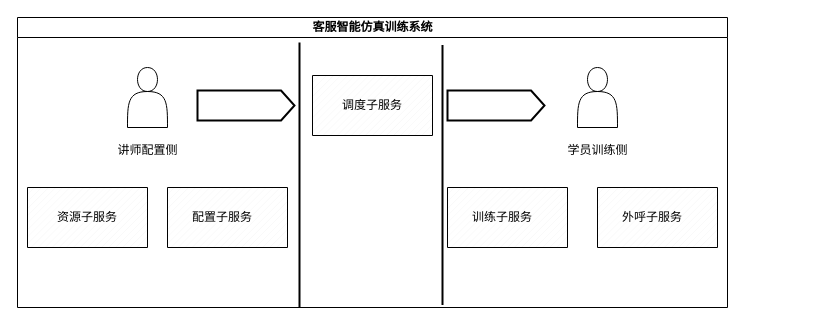
Above: 功能图.drawio in cgshao02/graduation_picture (draw.io), before the change. Source tidied: cells renumbered, new cells numbered last; positions are measured from the earlier drawing's top-left corner, leaving out a move shared by most shapes. Both pictures are drawn from the tidied source at 100%, with x=0, y=0 at pixel (17, 17).
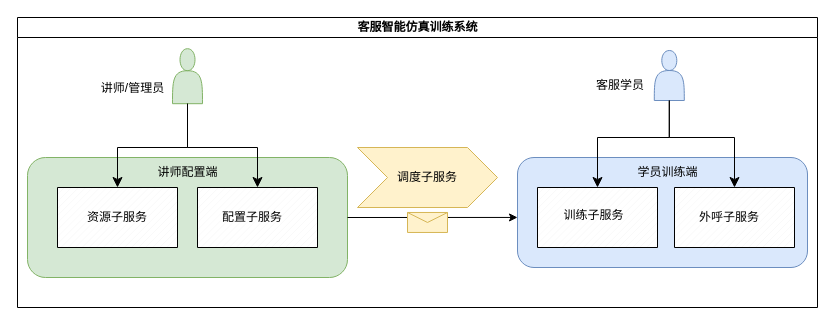
After the change.

Commit message:
更新功能图.drawio

Change to the diagram source:
```diff
@@
     <mxCell id="2" value="客服智能仿真训练系统" style="swimlane;html=1;startSize=20;horizontal=1;containerType=tree;glass=0;" parent="1" vertex="1">
-      <mxGeometry width="710" height="290" as="geometry" />
+      <mxGeometry width="800" height="290" as="geometry" />
     </mxCell>
-    <mxCell id="3" style="verticalLabelPosition=bottom;verticalAlign=top;html=1;shape=mxgraph.basic.patternFillRect;fillStyle=diag;step=5;fillStrokeWidth=0.2;fillStrokeColor=#dddddd;" parent="2" vertex="1">
-      <mxGeometry x="10" y="170" width="120" height="60" as="geometry" />
-    </mxCell>
-    <mxCell id="4" value="资源子服务" style="text;html=1;align=center;verticalAlign=middle;whiteSpace=wrap;rounded=0;" parent="2" vertex="1">
-      <mxGeometry x="25" y="185" width="90" height="30" as="geometry" />
-    </mxCell>
-    <mxCell id="5" style="verticalLabelPosition=bottom;verticalAlign=top;html=1;shape=mxgraph.basic.patternFillRect;fillStyle=diag;step=5;fillStrokeWidth=0.2;fillStrokeColor=#dddddd;" parent="2" vertex="1">
-      <mxGeometry x="150" y="170" width="120" height="60" as="geometry" />
-    </mxCell>
-    <mxCell id="6" value="配置子服务" style="text;html=1;align=center;verticalAlign=middle;whiteSpace=wrap;rounded=0;" parent="2" vertex="1">
-      <mxGeometry x="160" y="185" width="90" height="30" as="geometry" />
-    </mxCell>
-    <mxCell id="7" style="verticalLabelPosition=bottom;verticalAlign=top;html=1;shape=mxgraph.basic.patternFillRect;fillStyle=diag;step=5;fillStrokeWidth=0.2;fillStrokeColor=#dddddd;" parent="2" vertex="1">
-      <mxGeometry x="295" y="58" width="120" height="60" as="geometry" />
-    </mxCell>
+    <mxCell id="21" style="html=1;shadow=0;dashed=0;align=center;verticalAlign=middle;shape=mxgraph.arrows2.arrow;dy=0;dx=30;notch=30;fillColor=#fff2cc;strokeColor=#d6b656;" parent="2" vertex="1">
+      <mxGeometry x="340" y="130" width="140" height="60" as="geometry" />
+    </mxCell>
+    <mxCell id="22" style="rounded=1;whiteSpace=wrap;html=1;fillColor=#dae8fc;strokeColor=#6c8ebf;" parent="2" vertex="1">
+      <mxGeometry x="500" y="140" width="290" height="110" as="geometry" />
+    </mxCell>
     <mxCell id="8" value="调度子服务" style="text;html=1;align=center;verticalAlign=middle;whiteSpace=wrap;rounded=0;" parent="2" vertex="1">
-      <mxGeometry x="310" y="73" width="90" height="30" as="geometry" />
+      <mxGeometry x="365" y="145" width="90" height="30" as="geometry" />
     </mxCell>
     <mxCell id="9" style="verticalLabelPosition=bottom;verticalAlign=top;html=1;shape=mxgraph.basic.patternFillRect;fillStyle=diag;step=5;fillStrokeWidth=0.2;fillStrokeColor=#dddddd;" parent="2" vertex="1">
-      <mxGeometry x="430" y="170" width="120" height="60" as="geometry" />
+      <mxGeometry x="520" y="170" width="120" height="60" as="geometry" />
     </mxCell>
     <mxCell id="10" value="训练子服务" style="text;html=1;align=center;verticalAlign=middle;whiteSpace=wrap;rounded=0;" parent="2" vertex="1">
-      <mxGeometry x="440" y="185" width="90" height="30" as="geometry" />
+      <mxGeometry x="530" y="180" width="93" height="35" as="geometry" />
     </mxCell>
     <mxCell id="11" style="verticalLabelPosition=bottom;verticalAlign=top;html=1;shape=mxgraph.basic.patternFillRect;fillStyle=diag;step=5;fillStrokeWidth=0.2;fillStrokeColor=#dddddd;" parent="2" vertex="1">
-      <mxGeometry x="580" y="170" width="120" height="60" as="geometry" />
+      <mxGeometry x="657" y="170" width="120" height="60" as="geometry" />
     </mxCell>
     <mxCell id="12" value="外呼子服务" style="text;html=1;align=center;verticalAlign=middle;whiteSpace=wrap;rounded=0;" parent="2" vertex="1">
-      <mxGeometry x="590" y="185" width="90" height="30" as="geometry" />
+      <mxGeometry x="667" y="185" width="90" height="30" as="geometry" />
     </mxCell>
-    <mxCell id="13" style="shape=actor;whiteSpace=wrap;html=1;" parent="2" vertex="1">
-      <mxGeometry x="110" y="50" width="40" height="60" as="geometry" />
+    <mxCell id="13" style="shape=actor;whiteSpace=wrap;html=1;fillColor=#d5e8d4;strokeColor=#82b366;" parent="2" vertex="1">
+      <mxGeometry x="155" y="31.2" width="30" height="55" as="geometry" />
     </mxCell>
-    <mxCell id="14" style="shape=actor;whiteSpace=wrap;html=1;" parent="2" vertex="1">
-      <mxGeometry x="560" y="50" width="40" height="60" as="geometry" />
+    <mxCell id="14" style="shape=actor;whiteSpace=wrap;html=1;fillColor=#dae8fc;strokeColor=#6c8ebf;" parent="2" vertex="1">
+      <mxGeometry x="636.8" y="33" width="30" height="50" as="geometry" />
     </mxCell>
-    <mxCell id="15" value="学员训练侧" style="text;html=1;align=center;verticalAlign=middle;strokeColor=none;fillColor=none;" parent="2" vertex="1">
-      <mxGeometry x="540" y="118" width="80" height="30" as="geometry" />
+    <mxCell id="15" value="学员训练端" style="text;html=1;align=center;verticalAlign=middle;strokeColor=none;fillColor=none;" parent="2" vertex="1">
+      <mxGeometry x="610" y="140" width="80" height="30" as="geometry" />
     </mxCell>
-    <mxCell id="16" style="shape=mxgraph.arrows.signal-in_arrow;html=1;verticalLabelPosition=bottom;verticalAlign=top;strokeWidth=2;strokeColor=#000000;" parent="2" vertex="1">
-      <mxGeometry x="180" y="73" width="97" height="30" as="geometry" />
-    </mxCell>
-    <mxCell id="17" style="shape=mxgraph.arrows.signal-in_arrow;html=1;verticalLabelPosition=bottom;verticalAlign=top;strokeWidth=2;strokeColor=#000000;" parent="2" vertex="1">
-      <mxGeometry x="430" y="73" width="97" height="30" as="geometry" />
-    </mxCell>
-    <mxCell id="18" style="line;strokeWidth=2;direction=south;html=1;" parent="2" vertex="1">
-      <mxGeometry x="277" y="25" width="10" height="265" as="geometry" />
-    </mxCell>
-    <mxCell id="19" style="line;strokeWidth=2;direction=south;html=1;" parent="2" vertex="1">
-      <mxGeometry x="420" y="27.5" width="10" height="260" as="geometry" />
-    </mxCell>
+    <mxCell id="23" style="rounded=1;whiteSpace=wrap;html=1;fillColor=#d5e8d4;strokeColor=#82b366;" parent="2" vertex="1">
+      <mxGeometry x="10" y="140" width="320" height="120" as="geometry" />
+    </mxCell>
+    <mxCell id="3" style="verticalLabelPosition=bottom;verticalAlign=top;html=1;shape=mxgraph.basic.patternFillRect;fillStyle=diag;step=5;fillStrokeWidth=0.2;fillStrokeColor=#dddddd;" parent="2" vertex="1">
+      <mxGeometry x="40" y="170" width="120" height="60" as="geometry" />
+    </mxCell>
+    <mxCell id="4" value="资源子服务" style="text;html=1;align=center;verticalAlign=middle;whiteSpace=wrap;rounded=0;" parent="2" vertex="1">
+      <mxGeometry x="55" y="185" width="90" height="30" as="geometry" />
+    </mxCell>
+    <mxCell id="5" style="verticalLabelPosition=bottom;verticalAlign=top;html=1;shape=mxgraph.basic.patternFillRect;fillStyle=diag;step=5;fillStrokeWidth=0.2;fillStrokeColor=#dddddd;" parent="2" vertex="1">
+      <mxGeometry x="180" y="170" width="120" height="60" as="geometry" />
+    </mxCell>
+    <mxCell id="6" value="配置子服务" style="text;html=1;align=center;verticalAlign=middle;whiteSpace=wrap;rounded=0;" parent="2" vertex="1">
+      <mxGeometry x="190" y="185" width="90" height="30" as="geometry" />
+    </mxCell>
-    <mxCell id="20" value="讲师配置侧" style="text;html=1;align=center;verticalAlign=middle;strokeColor=none;fillColor=none;" parent="1" vertex="1">
-      <mxGeometry x="90" y="118" width="80" height="30" as="geometry" />
+    <mxCell id="20" value="讲师配置端" style="text;html=1;align=center;verticalAlign=middle;strokeColor=none;fillColor=none;" parent="2" vertex="1">
+      <mxGeometry x="130" y="140" width="80" height="30" as="geometry" />
     </mxCell>
+    <mxCell id="24" value="客服学员" style="text;html=1;align=center;verticalAlign=middle;whiteSpace=wrap;rounded=0;" parent="2" vertex="1">
+      <mxGeometry x="573.2" y="53" width="60" height="30" as="geometry" />
+    </mxCell>
+    <mxCell id="25" style="endArrow=classic;html=1;rounded=0;exitX=1;exitY=0.5;exitDx=0;exitDy=0;entryX=0;entryY=0.545;entryDx=0;entryDy=0;entryPerimeter=0;" parent="2" edge="1" source="23" target="22">
+      <mxGeometry relative="1" as="geometry" />
+    </mxCell>
+    <mxCell id="26" style="shape=message;html=1;fillColor=#fff2cc;strokeColor=#d6b656;" parent="25" vertex="1">
+      <mxGeometry width="40" height="20" relative="1" as="geometry">
+        <mxPoint x="-25" y="-5" as="offset" />
+      </mxGeometry>
+    </mxCell>
+    <mxCell id="27" value="讲师/管理员" style="text;html=1;align=center;verticalAlign=middle;strokeColor=none;fillColor=none;" parent="2" vertex="1">
+      <mxGeometry x="70" y="56.2" width="90" height="30" as="geometry" />
+    </mxCell>
+    <mxCell id="28" style="edgeStyle=segmentEdgeStyle;endArrow=classic;html=1;curved=0;rounded=0;endSize=8;startSize=8;exitX=0.5;exitY=1;exitDx=0;exitDy=0;entryX=0.5;entryY=0;entryDx=0;entryDy=0;entryPerimeter=0;" parent="2" edge="1" source="13" target="5">
+      <mxGeometry relative="1" as="geometry">
+        <Array as="points">
+          <mxPoint x="170" y="130" />
+          <mxPoint x="240" y="130" />
+        </Array>
+      </mxGeometry>
+    </mxCell>
+    <mxCell id="29" style="edgeStyle=elbowEdgeStyle;elbow=vertical;endArrow=classic;html=1;curved=0;rounded=0;endSize=8;startSize=8;exitX=0.5;exitY=1;exitDx=0;exitDy=0;entryX=0.5;entryY=0;entryDx=0;entryDy=0;entryPerimeter=0;" parent="2" edge="1" source="13" target="3">
+      <mxGeometry relative="1" as="geometry">
+        <Array as="points">
+          <mxPoint x="130" y="130" />
+        </Array>
+      </mxGeometry>
+    </mxCell>
+    <mxCell id="30" style="edgeStyle=segmentEdgeStyle;endArrow=classic;html=1;curved=0;rounded=0;endSize=8;startSize=8;exitX=0.5;exitY=1;exitDx=0;exitDy=0;entryX=0.5;entryY=0;entryDx=0;entryDy=0;entryPerimeter=0;" parent="2" edge="1" source="14" target="11">
+      <mxGeometry relative="1" as="geometry">
+        <Array as="points">
+          <mxPoint x="652" y="120" />
+          <mxPoint x="717" y="120" />
+        </Array>
+      </mxGeometry>
+    </mxCell>
+    <mxCell id="31" style="edgeStyle=segmentEdgeStyle;endArrow=classic;html=1;curved=0;rounded=0;endSize=8;startSize=8;exitX=0.5;exitY=1;exitDx=0;exitDy=0;entryX=0.5;entryY=0;entryDx=0;entryDy=0;entryPerimeter=0;" parent="2" edge="1" source="14" target="9">
+      <mxGeometry relative="1" as="geometry">
+        <Array as="points">
+          <mxPoint x="652" y="120" />
+          <mxPoint x="580" y="120" />
+        </Array>
+      </mxGeometry>
+    </mxCell>
```
